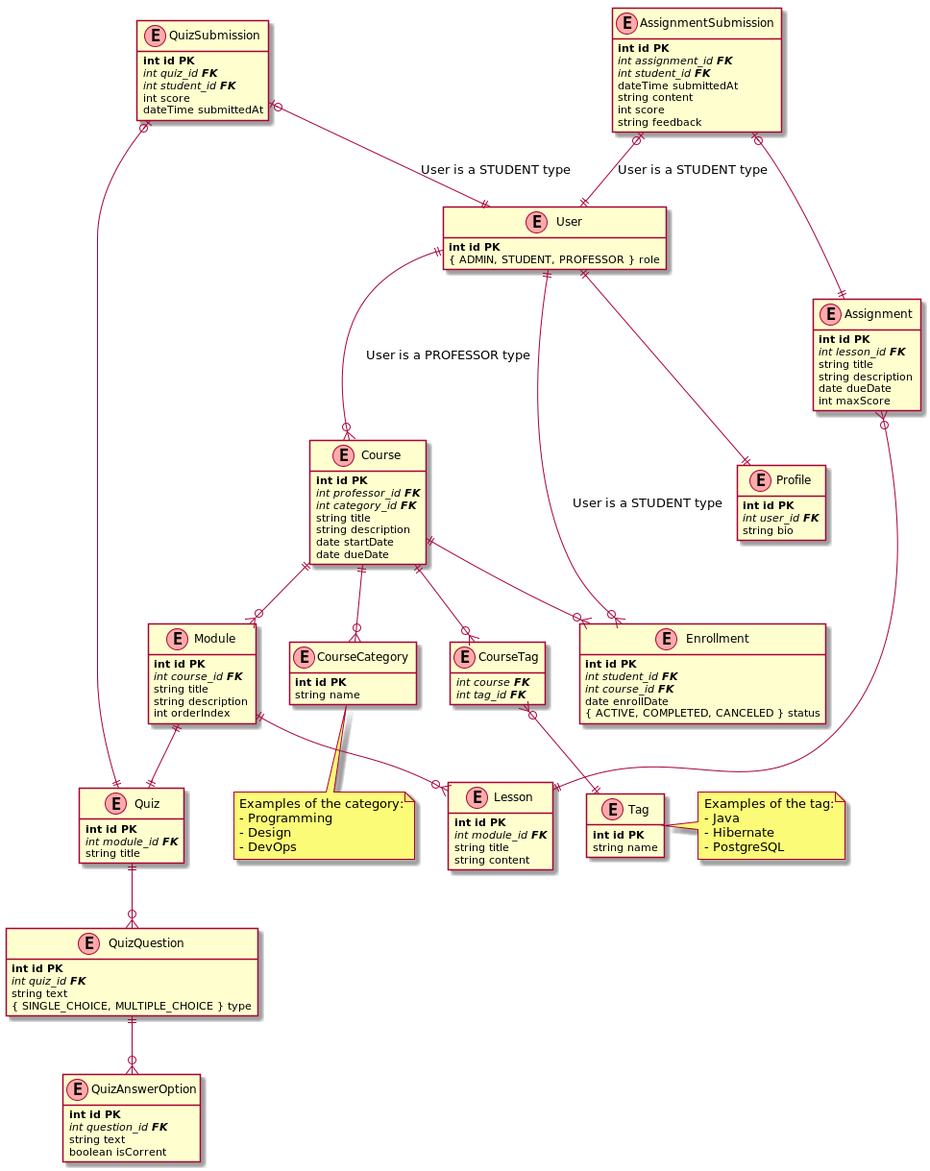
Before: docs/db_scheme.png, a diagram exported from PlantUML (castlele/learning-platform). Its source is kept beside it as docs/db_scheme.puml. The source it was exported from:
```plantuml
@startuml

!define Table(name) entity name << (E,#FFAAAA) >>
!define primary_key(x) <b>int x PK</b>
!define foreign_key(x) <i>int x <b>FK</b></i>
!define unique(x) <color:green>x</color>
!define not_null(x) <u>x</u>

hide methods
hide stereotypes


Table(User) {
    primary_key(id)
    { ADMIN, STUDENT, PROFESSOR } role
}

Table(Profile) {
    primary_key(id)
    foreign_key(user_id)
    string bio
}

Table(Course) {
    primary_key(id)
    foreign_key(professor_id)
    foreign_key(category_id)
    string title
    string description
    date startDate
    date dueDate
}

Table(CourseCategory) {
    primary_key(id)
    string name
}

Table(CourseTag) {
    foreign_key(course)
    foreign_key(tag_id)
}

Table(Tag) {
    primary_key(id)
    string name
}

Table(Enrollment) {
    primary_key(id)
    foreign_key(student_id)
    foreign_key(course_id)
    date enrollDate
    { ACTIVE, COMPLETED, CANCELED } status
}

Table(Module) {
    primary_key(id)
    foreign_key(course_id)
    string title
    string description
    int orderIndex
}

Table(Quiz) {
    primary_key(id)
    foreign_key(module_id)
    string title
}

Table(QuizQuestion) {
    primary_key(id)
    foreign_key(quiz_id)
    string text
    { SINGLE_CHOICE, MULTIPLE_CHOICE } type
}

Table(QuizAnswerOption) {
    primary_key(id)
    foreign_key(question_id)
    string text
    boolean isCorrent
}

Table(QuizSubmission) {
    primary_key(id)
    foreign_key(quiz_id)
    foreign_key(student_id)
    int score
    dateTime submittedAt
}

Table(Lesson) {
    primary_key(id)
    foreign_key(module_id)
    string title
    string content
}

Table(Assignment) {
    primary_key(id)
    foreign_key(lesson_id)
    string title
    string description
    date dueDate
    int maxScore
}

Table(AssignmentSubmission) {
    primary_key(id)
    foreign_key(assignment_id)
    foreign_key(student_id)
    dateTime submittedAt
    string content
    int score
    string feedback
}


note right of Tag
    Examples of the tag:
    - Java
    - Hibernate
    - PostgreSQL
end note

note bottom of CourseCategory
    Examples of the category:
    - Programming
    - Design
    - DevOps
end note


User ||--|| Profile
User ||--o{ Course : User is a PROFESSOR type
User ||--o{ Enrollment : User is a STUDENT type
Course ||--o{ CourseTag
CourseTag }o--|| Tag
Course ||--o{ CourseCategory
Course ||--o{ Enrollment
Course ||--o{ Module
Module ||--o{ Lesson
Module ||--|| Quiz
Quiz ||--o{ QuizQuestion
QuizQuestion ||--o{ QuizAnswerOption
QuizSubmission |o--|| User : User is a STUDENT type
QuizSubmission |o--|| Quiz
Assignment }o--|| Lesson
AssignmentSubmission |o--|| User : User is a STUDENT type
AssignmentSubmission |o--|| Assignment

@enduml
```
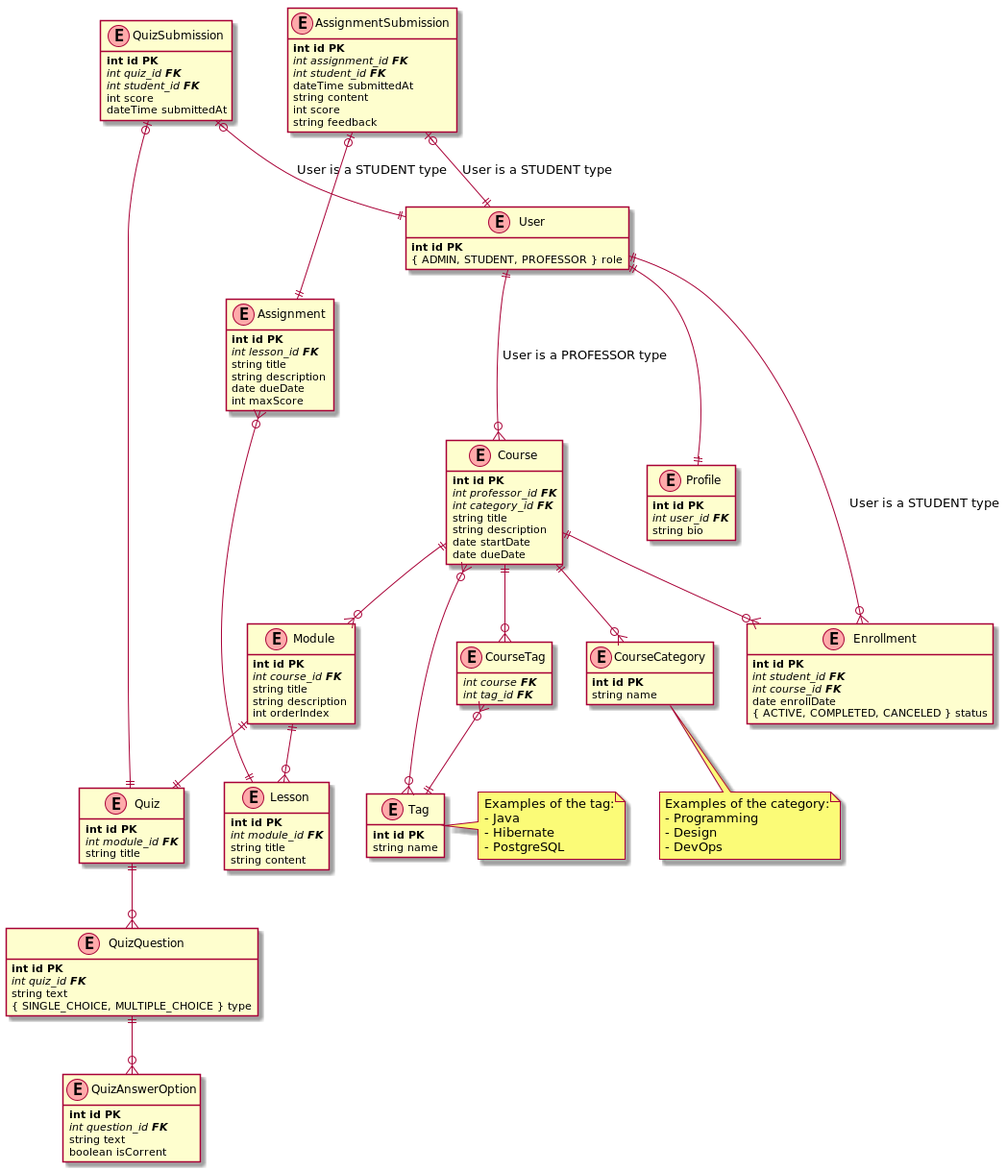
Later version of the same file.

Commit message:
docs(db-scheme): show many to many relationship between course and tag

What changed in the source:
```diff
@@ -137,6 +137,7 @@
 User ||--o{ Enrollment : User is a STUDENT type
 Course ||--o{ CourseTag
 CourseTag }o--|| Tag
+Course }o--o{ Tag
 Course ||--o{ CourseCategory
 Course ||--o{ Enrollment
 Course ||--o{ Module
```
